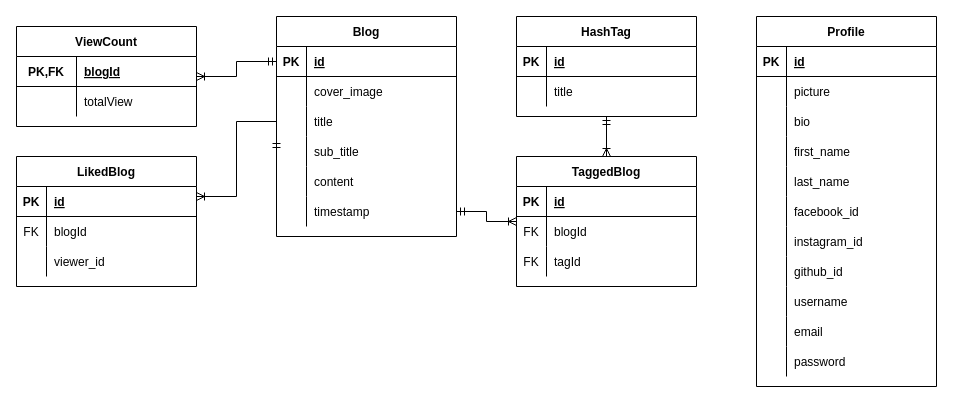
This is assets/blog-er.drawio from sijanmaharjan/project-blog, a draw.io file, before an edit. Source tidied: cells renumbered, new cells numbered last; positions are measured from the earlier drawing's top-left corner, leaving out a move shared by most shapes. Both pictures are drawn from the tidied source at 100%, with x=0, y=0 at pixel (16, 16).
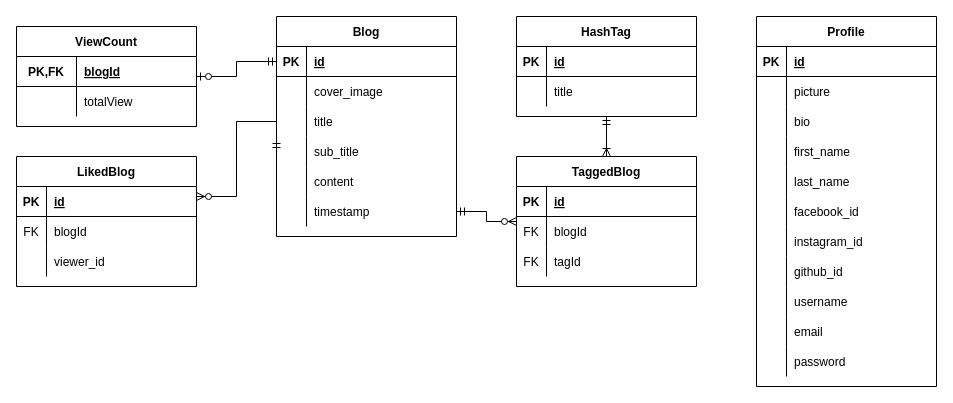
The same diagram, later.

The change refers to these unchanged cells:
```xml
<mxCell id="3" style="shape=partialRectangle;fillColor=none;top=0;left=0;bottom=1;right=0;points=[[0,0.5],[1,0.5]];portConstraint=eastwest;" parent="2" vertex="1">
  <mxGeometry y="30" width="180" height="30" as="geometry" />
</mxCell>
<mxCell id="12" style="shape=partialRectangle;fillColor=none;top=0;left=0;bottom=0;right=0;points=[[0,0.5],[1,0.5]];portConstraint=eastwest;" parent="2" vertex="1">
  <mxGeometry y="120" width="180" height="30" as="geometry" />
</mxCell>
<mxCell id="18" style="shape=partialRectangle;fillColor=none;top=0;left=0;bottom=0;right=0;points=[[0,0.5],[1,0.5]];portConstraint=eastwest;" parent="2" vertex="1">
  <mxGeometry y="180" width="180" height="30" as="geometry" />
</mxCell>
<mxCell id="29" value="TaggedBlog" style="shape=table;startSize=30;childLayout=tableLayout;rowLines=0;fontStyle=1;align=center;" parent="1" vertex="1">
  <mxGeometry x="500" y="140" width="180" height="130" as="geometry" />
</mxCell>
<mxCell id="74" value="LikedBlog" style="shape=table;startSize=30;childLayout=tableLayout;rowLines=0;fontStyle=1;align=center;" parent="1" vertex="1">
  <mxGeometry y="140" width="180" height="130" as="geometry" />
</mxCell>
<mxCell id="84" value="ViewCount" style="shape=table;startSize=30;childLayout=tableLayout;rowLines=0;fontStyle=1;align=center;" parent="1" vertex="1">
  <mxGeometry y="10" width="180" height="100" as="geometry" />
</mxCell>
```

Change to the diagram source:
```diff
@@
-    <mxCell id="73" style="edgeStyle=orthogonalEdgeStyle;rounded=0;jettySize=auto;html=1;exitX=1;exitY=0.5;exitDx=0;exitDy=0;endArrow=ERoneToMany;endFill=0;startArrow=ERmandOne;startFill=0;" parent="1" edge="1" source="18" target="29">
+    <mxCell id="73" style="edgeStyle=orthogonalEdgeStyle;rounded=0;jettySize=auto;html=1;exitX=1;exitY=0.5;exitDx=0;exitDy=0;endArrow=ERzeroToMany;endFill=1;startArrow=ERmandOne;startFill=0;" parent="1" edge="1" source="18" target="29">
       <mxGeometry relative="1" as="geometry" />
     </mxCell>
@@
-    <mxCell id="91" style="edgeStyle=orthogonalEdgeStyle;rounded=0;jettySize=auto;html=1;exitX=0;exitY=0.5;exitDx=0;exitDy=0;startArrow=ERmandOne;startFill=0;endArrow=ERoneToMany;endFill=0;" parent="1" edge="1" source="3" target="84">
+    <mxCell id="91" style="edgeStyle=orthogonalEdgeStyle;rounded=0;jettySize=auto;html=1;exitX=0;exitY=0.5;exitDx=0;exitDy=0;startArrow=ERmandOne;startFill=0;endArrow=ERzeroToOne;endFill=1;" parent="1" edge="1" source="3" target="84">
       <mxGeometry relative="1" as="geometry" />
     </mxCell>
-    <mxCell id="92" style="edgeStyle=orthogonalEdgeStyle;rounded=0;jettySize=auto;html=1;exitX=0;exitY=0.5;exitDx=0;exitDy=0;startArrow=ERmandOne;startFill=0;endArrow=ERoneToMany;endFill=0;" parent="1" edge="1" source="12" target="74">
+    <mxCell id="92" style="edgeStyle=orthogonalEdgeStyle;rounded=0;jettySize=auto;html=1;exitX=0;exitY=0.5;exitDx=0;exitDy=0;startArrow=ERmandOne;startFill=0;endArrow=ERzeroToMany;endFill=1;" parent="1" edge="1" source="12" target="74">
       <mxGeometry relative="1" as="geometry">
         <Array as="points">
           <mxPoint x="220" y="105" />
           <mxPoint x="220" y="180" />
         </Array>
       </mxGeometry>
     </mxCell>
```
